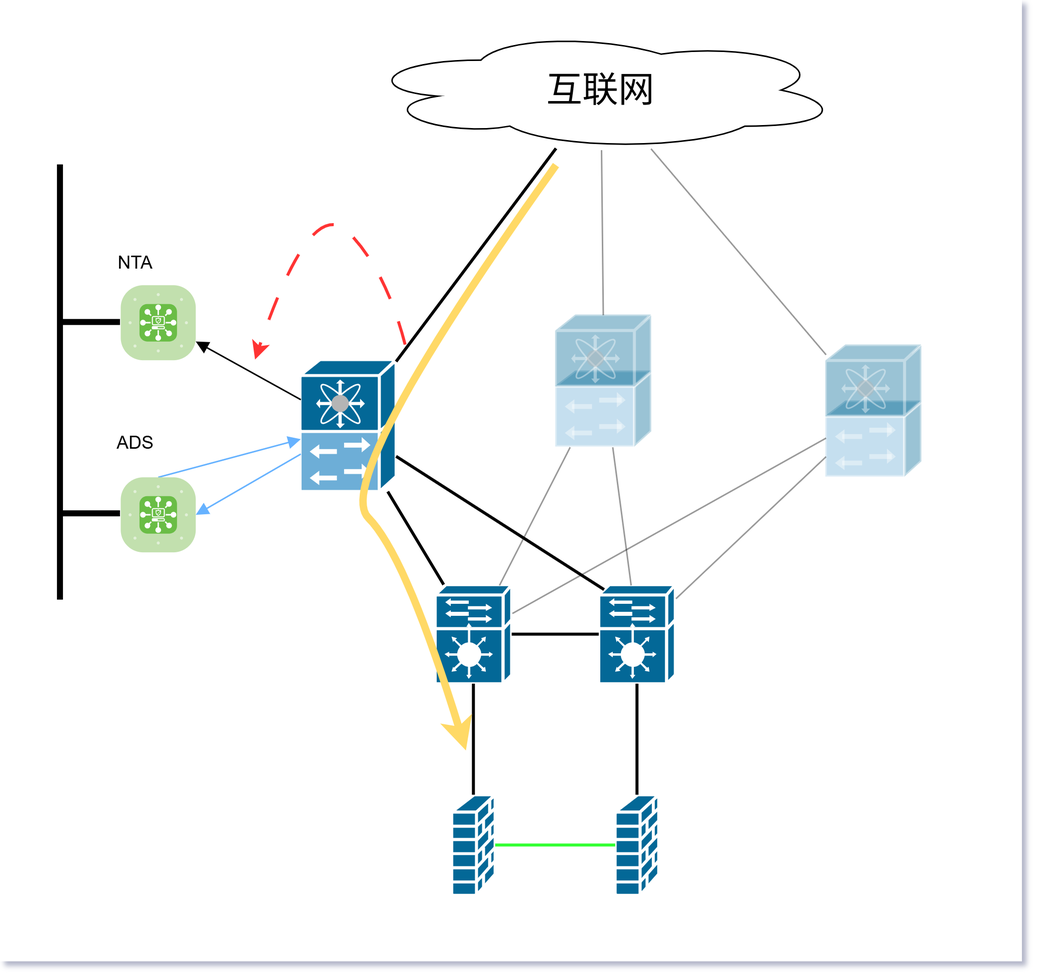
Before: 互联网出口.drawio.png, a diagram exported from draw.io (tfluo/drawio). Source tidied: cells renumbered, new cells last; positions are measured from the earlier drawing's top-left corner, leaving out a move shared by most shapes.
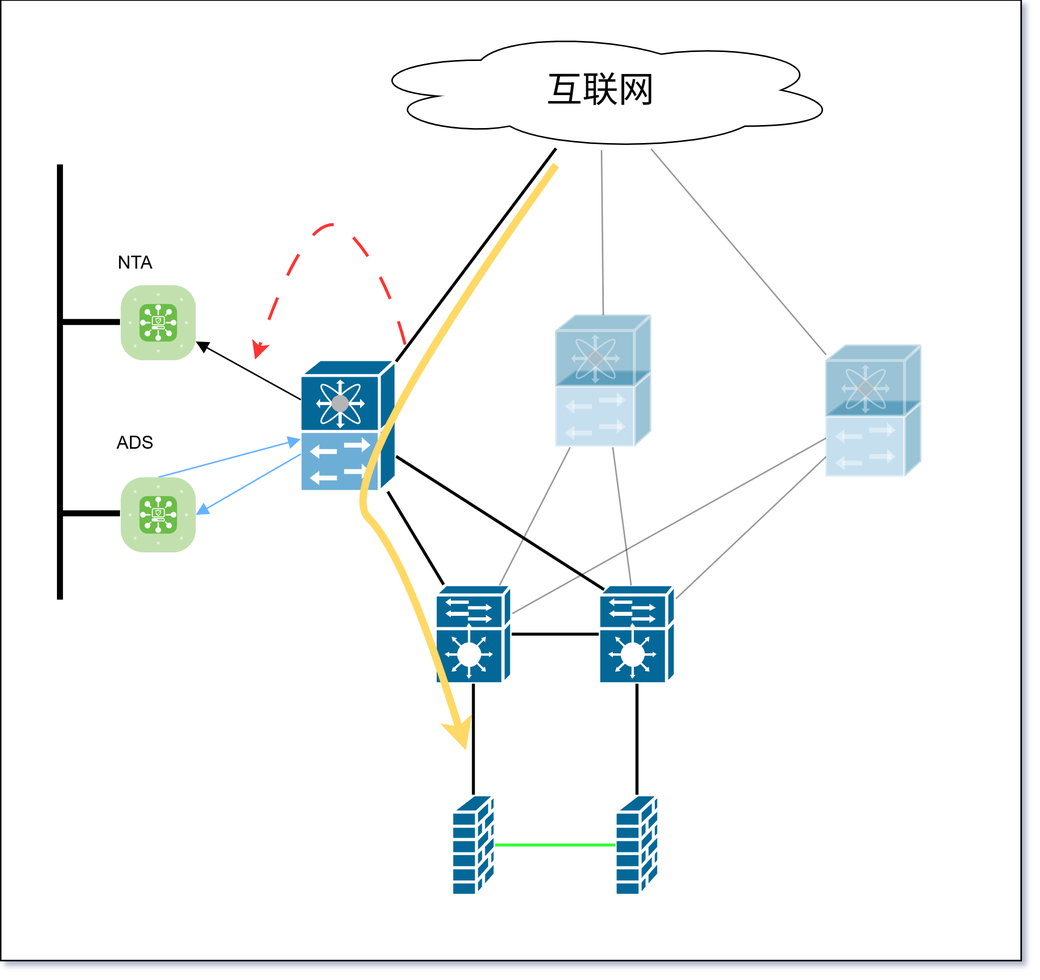
After the change.

Commit message:
已添加 互联网出口.drawio.png

The edit, as a diff of the source:
```diff
@@ -2,7 +2,7 @@
   <root>
     <mxCell id="0" />
     <mxCell id="1" parent="0" />
-    <mxCell id="2" style="rounded=0;whiteSpace=wrap;html=1;strokeColor=#FFFFFF;" parent="1" vertex="1">
+    <mxCell id="2" style="rounded=0;whiteSpace=wrap;html=1;strokeColor=#000000;" parent="1" vertex="1">
       <mxGeometry width="680" height="640" as="geometry" />
     </mxCell>
     <mxCell id="3" style="sketch=0;html=1;dashed=0;fillColor=#036897;strokeColor=#ffffff;strokeWidth=2;verticalLabelPosition=bottom;verticalAlign=top;align=center;outlineConnect=0;shape=mxgraph.cisco.controllers_and_modules.10ge_fcoe;" parent="1" vertex="1">
```
